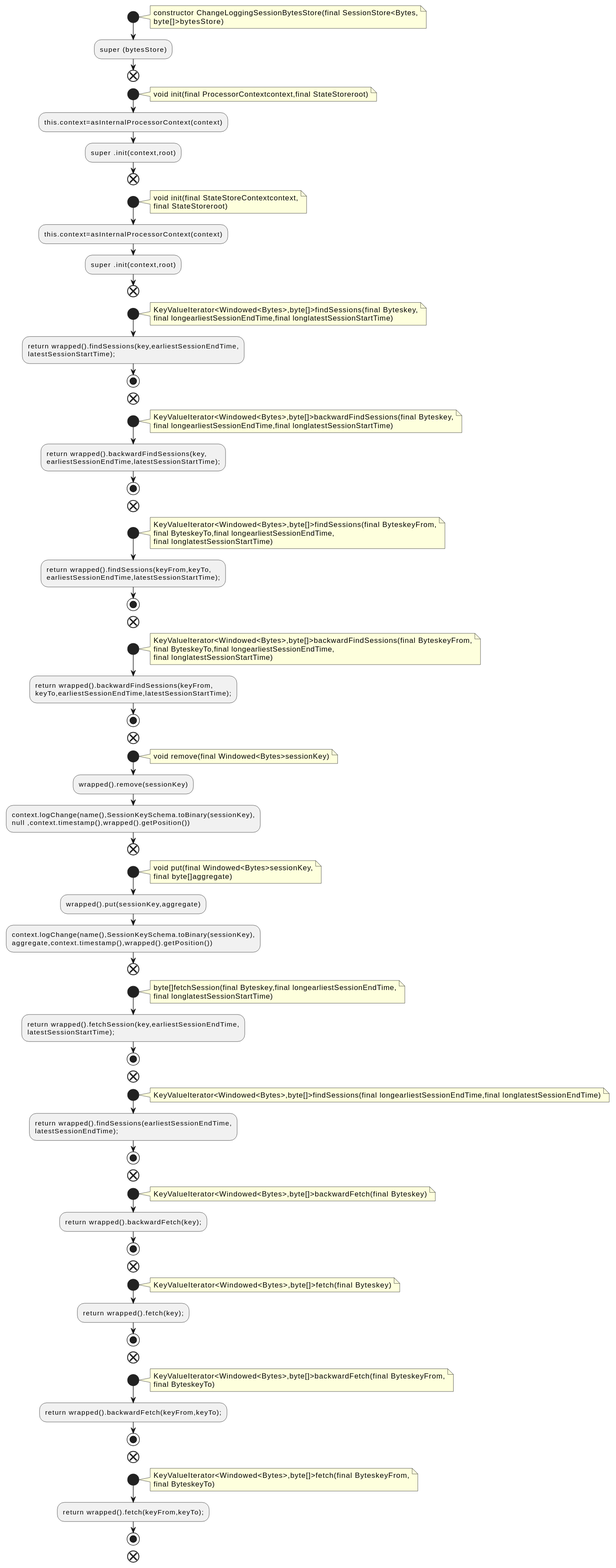
This is docs/qc/streams/src/main/java/org/apache/kafka/streams/state/internals/ChangeLoggingSessionBytesStore.java.fct.svg from qualitesys/kafka, a PlantUML export, as it was before one commit. Its diagram source:
```plantuml
@startuml
!pragma layout smetana
start
note right
constructor ChangeLoggingSessionBytesStore(final SessionStore<Bytes,
byte[]>bytesStore)
end note
:super (bytesStore);
end
start
note right
void init(final ProcessorContextcontext,final StateStoreroot)
end note
:this.context=asInternalProcessorContext(context);
:super .init(context,root);
end
start
note right
void init(final StateStoreContextcontext,
final StateStoreroot)
end note
:this.context=asInternalProcessorContext(context);
:super .init(context,root);
end
start
note right
KeyValueIterator<Windowed<Bytes>,byte[]>findSessions(final Byteskey,
final longearliestSessionEndTime,final longlatestSessionStartTime)
end note
:return wrapped().findSessions(key,earliestSessionEndTime,
latestSessionStartTime);;
stop
end
start
note right
KeyValueIterator<Windowed<Bytes>,byte[]>backwardFindSessions(final Byteskey,
final longearliestSessionEndTime,final longlatestSessionStartTime)
end note
:return wrapped().backwardFindSessions(key,
earliestSessionEndTime,latestSessionStartTime);;
stop
end
start
note right
KeyValueIterator<Windowed<Bytes>,byte[]>findSessions(final ByteskeyFrom,
final ByteskeyTo,final longearliestSessionEndTime,
final longlatestSessionStartTime)
end note
:return wrapped().findSessions(keyFrom,keyTo,
earliestSessionEndTime,latestSessionStartTime);;
stop
end
start
note right
KeyValueIterator<Windowed<Bytes>,byte[]>backwardFindSessions(final ByteskeyFrom,
final ByteskeyTo,final longearliestSessionEndTime,
final longlatestSessionStartTime)
end note
:return wrapped().backwardFindSessions(keyFrom,
keyTo,earliestSessionEndTime,latestSessionStartTime);;
stop
end
start
note right
void remove(final Windowed<Bytes>sessionKey)
end note
:wrapped().remove(sessionKey);
:context.logChange(name(),SessionKeySchema.toBinary(sessionKey),
null ,context.timestamp(),wrapped().getPosition());
end
start
note right
void put(final Windowed<Bytes>sessionKey,
final byte[]aggregate)
end note
:wrapped().put(sessionKey,aggregate);
:context.logChange(name(),SessionKeySchema.toBinary(sessionKey),
aggregate,context.timestamp(),wrapped().getPosition());
end
start
note right
byte[]fetchSession(final Byteskey,final longearliestSessionEndTime,
final longlatestSessionStartTime)
end note
:return wrapped().fetchSession(key,earliestSessionEndTime,
latestSessionStartTime);;
stop
end
start
note right
KeyValueIterator<Windowed<Bytes>,byte[]>findSessions(final longearliestSessionEndTime,final longlatestSessionEndTime)
end note
:return wrapped().findSessions(earliestSessionEndTime,
latestSessionEndTime);;
stop
end
start
note right
KeyValueIterator<Windowed<Bytes>,byte[]>backwardFetch(final Byteskey)
end note
:return wrapped().backwardFetch(key);;
stop
end
start
note right
KeyValueIterator<Windowed<Bytes>,byte[]>fetch(final Byteskey)
end note
:return wrapped().fetch(key);;
stop
end
start
note right
KeyValueIterator<Windowed<Bytes>,byte[]>backwardFetch(final ByteskeyFrom,
final ByteskeyTo)
end note
:return wrapped().backwardFetch(keyFrom,keyTo);;
stop
end
start
note right
KeyValueIterator<Windowed<Bytes>,byte[]>fetch(final ByteskeyFrom,
final ByteskeyTo)
end note
:return wrapped().fetch(keyFrom,keyTo);;
stop
end
@enduml
```
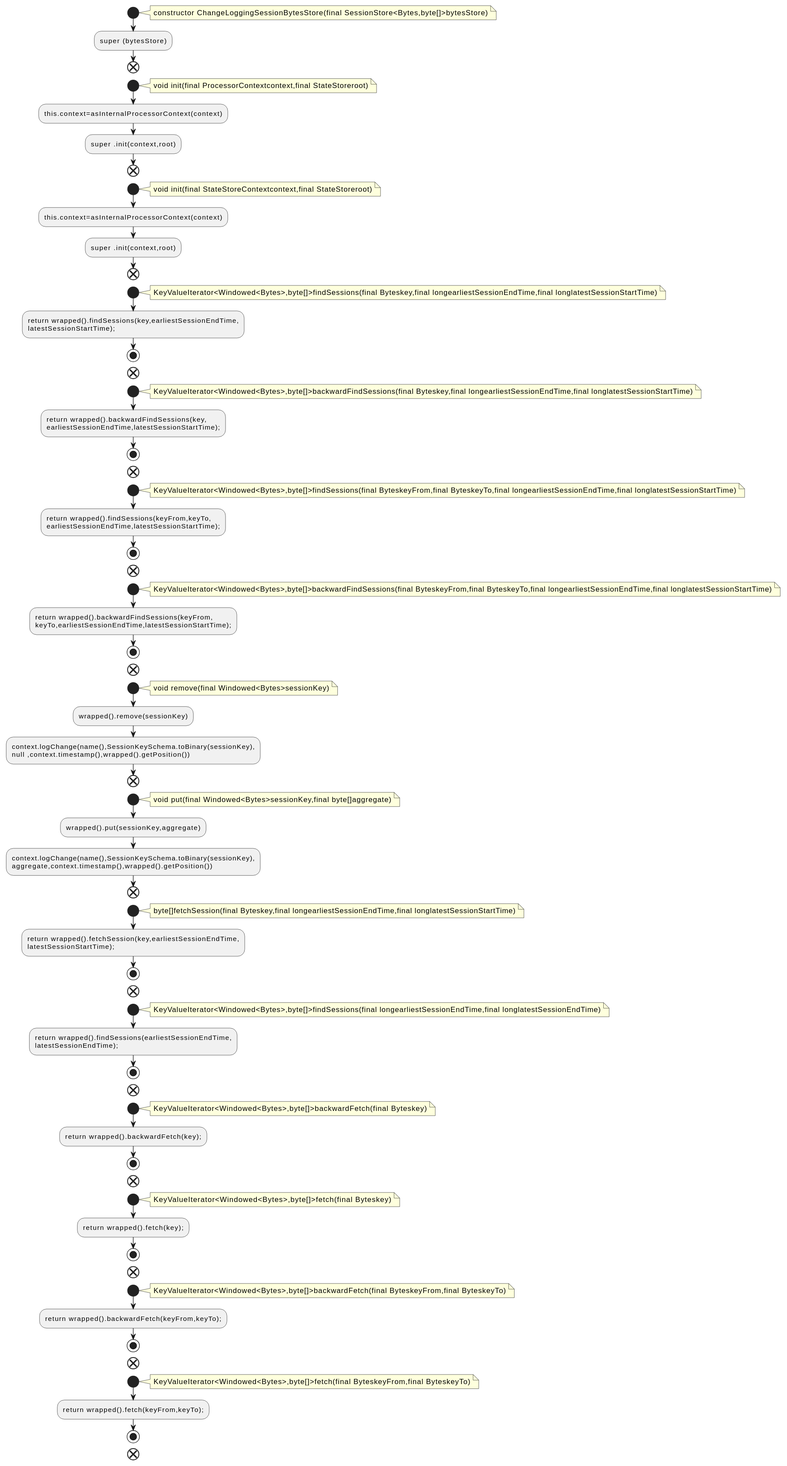
Above is the later version.

Diff of the diagram source:
```diff
@@ -2,8 +2,7 @@
 !pragma layout smetana
 start
 note right
-constructor ChangeLoggingSessionBytesStore(final SessionStore<Bytes,
-byte[]>bytesStore)
+constructor ChangeLoggingSessionBytesStore(final SessionStore<Bytes,byte[]>bytesStore)
 end note
 :super (bytesStore);
 end
@@ -16,16 +15,14 @@
 end
 start
 note right
-void init(final StateStoreContextcontext,
-final StateStoreroot)
+void init(final StateStoreContextcontext,final StateStoreroot)
 end note
 :this.context=asInternalProcessorContext(context);
 :super .init(context,root);
 end
 start
 note right
-KeyValueIterator<Windowed<Bytes>,byte[]>findSessions(final Byteskey,
-final longearliestSessionEndTime,final longlatestSessionStartTime)
+KeyValueIterator<Windowed<Bytes>,byte[]>findSessions(final Byteskey,final longearliestSessionEndTime,final longlatestSessionStartTime)
 end note
 :return wrapped().findSessions(key,earliestSessionEndTime,
 latestSessionStartTime);;
@@ -33,8 +30,7 @@
 end
 start
 note right
-KeyValueIterator<Windowed<Bytes>,byte[]>backwardFindSessions(final Byteskey,
-final longearliestSessionEndTime,final longlatestSessionStartTime)
+KeyValueIterator<Windowed<Bytes>,byte[]>backwardFindSessions(final Byteskey,final longearliestSessionEndTime,final longlatestSessionStartTime)
 end note
 :return wrapped().backwardFindSessions(key,
 earliestSessionEndTime,latestSessionStartTime);;
@@ -42,9 +38,7 @@
 end
 start
 note right
-KeyValueIterator<Windowed<Bytes>,byte[]>findSessions(final ByteskeyFrom,
-final ByteskeyTo,final longearliestSessionEndTime,
-final longlatestSessionStartTime)
+KeyValueIterator<Windowed<Bytes>,byte[]>findSessions(final ByteskeyFrom,final ByteskeyTo,final longearliestSessionEndTime,final longlatestSessionStartTime)
 end note
 :return wrapped().findSessions(keyFrom,keyTo,
 earliestSessionEndTime,latestSessionStartTime);;
@@ -52,9 +46,7 @@
 end
 start
 note right
-KeyValueIterator<Windowed<Bytes>,byte[]>backwardFindSessions(final ByteskeyFrom,
-final ByteskeyTo,final longearliestSessionEndTime,
-final longlatestSessionStartTime)
+KeyValueIterator<Windowed<Bytes>,byte[]>backwardFindSessions(final ByteskeyFrom,final ByteskeyTo,final longearliestSessionEndTime,final longlatestSessionStartTime)
 end note
 :return wrapped().backwardFindSessions(keyFrom,
 keyTo,earliestSessionEndTime,latestSessionStartTime);;
@@ -70,8 +62,7 @@
 end
 start
 note right
-void put(final Windowed<Bytes>sessionKey,
-final byte[]aggregate)
+void put(final Windowed<Bytes>sessionKey,final byte[]aggregate)
 end note
 :wrapped().put(sessionKey,aggregate);
 :context.logChange(name(),SessionKeySchema.toBinary(sessionKey),
@@ -79,8 +70,7 @@
 end
 start
 note right
-byte[]fetchSession(final Byteskey,final longearliestSessionEndTime,
-final longlatestSessionStartTime)
+byte[]fetchSession(final Byteskey,final longearliestSessionEndTime,final longlatestSessionStartTime)
 end note
 :return wrapped().fetchSession(key,earliestSessionEndTime,
 latestSessionStartTime);;
@@ -110,16 +100,14 @@
 end
 start
 note right
-KeyValueIterator<Windowed<Bytes>,byte[]>backwardFetch(final ByteskeyFrom,
-final ByteskeyTo)
+KeyValueIterator<Windowed<Bytes>,byte[]>backwardFetch(final ByteskeyFrom,final ByteskeyTo)
 end note
 :return wrapped().backwardFetch(keyFrom,keyTo);;
 stop
 end
 start
 note right
-KeyValueIterator<Windowed<Bytes>,byte[]>fetch(final ByteskeyFrom,
-final ByteskeyTo)
+KeyValueIterator<Windowed<Bytes>,byte[]>fetch(final ByteskeyFrom,final ByteskeyTo)
 end note
 :return wrapped().fetch(keyFrom,keyTo);;
 stop
```
